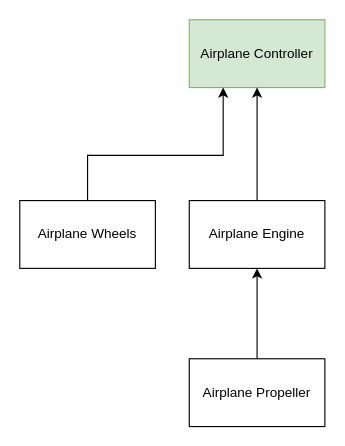
Above: Airplane_Engine_Component_Design.drawio in WagnerDavi/Airplane_Physics_Game (draw.io), before the change. Source tidied: cells renumbered, new cells numbered last; positions are measured from the earlier drawing's top-left corner, leaving out a move shared by most shapes. Both pictures are drawn from the tidied source at 113%, with x=0, y=0 at pixel (19, 19).
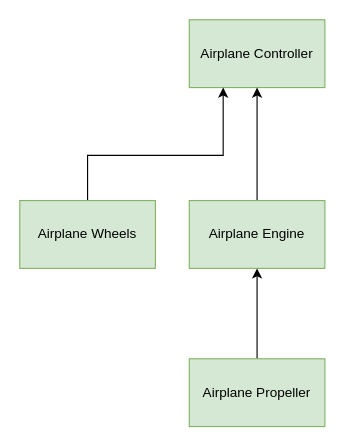
Above is the later version.

The edit, as a diff of the source:
```diff
@@
 <mxGraphModel>
   <root>
     <mxCell id="0" />
     <mxCell id="1" parent="0" />
     <mxCell id="2" value="Airplane Controller" style="rounded=0;whiteSpace=wrap;html=1;fillColor=#d5e8d4;strokeColor=#82b366;" parent="1" vertex="1">
       <mxGeometry x="150" width="120" height="60" as="geometry" />
     </mxCell>
     <mxCell id="3" style="edgeStyle=orthogonalEdgeStyle;rounded=0;jettySize=auto;html=1;" parent="1" edge="1" source="4" target="2">
       <mxGeometry relative="1" as="geometry" />
     </mxCell>
-    <mxCell id="4" value="Airplane Engine" style="rounded=0;whiteSpace=wrap;html=1;" parent="1" vertex="1">
+    <mxCell id="4" value="Airplane Engine" style="rounded=0;whiteSpace=wrap;html=1;fillColor=#d5e8d4;strokeColor=#82b366;" parent="1" vertex="1">
       <mxGeometry x="150" y="160" width="120" height="60" as="geometry" />
     </mxCell>
     <mxCell id="5" style="edgeStyle=orthogonalEdgeStyle;rounded=0;jettySize=auto;html=1;entryX=0.25;entryY=1;entryDx=0;entryDy=0;" parent="1" edge="1" source="6" target="2">
       <mxGeometry relative="1" as="geometry">
         <Array as="points">
           <mxPoint x="60" y="120" />
           <mxPoint x="180" y="120" />
         </Array>
       </mxGeometry>
     </mxCell>
-    <mxCell id="6" value="Airplane Wheels" style="rounded=0;whiteSpace=wrap;html=1;" parent="1" vertex="1">
+    <mxCell id="6" value="Airplane Wheels" style="rounded=0;whiteSpace=wrap;html=1;fillColor=#d5e8d4;strokeColor=#82b366;" parent="1" vertex="1">
       <mxGeometry y="160" width="120" height="60" as="geometry" />
     </mxCell>
     <mxCell id="7" style="edgeStyle=orthogonalEdgeStyle;rounded=0;jettySize=auto;html=1;entryX=0.5;entryY=1;entryDx=0;entryDy=0;" parent="1" edge="1" source="8" target="4">
       <mxGeometry relative="1" as="geometry" />
     </mxCell>
-    <mxCell id="8" value="Airplane Propeller" style="rounded=0;whiteSpace=wrap;html=1;" parent="1" vertex="1">
+    <mxCell id="8" value="Airplane Propeller" style="rounded=0;whiteSpace=wrap;html=1;fillColor=#d5e8d4;strokeColor=#82b366;" parent="1" vertex="1">
       <mxGeometry x="150" y="300" width="120" height="60" as="geometry" />
     </mxCell>
   </root>
 </mxGraphModel>
```
